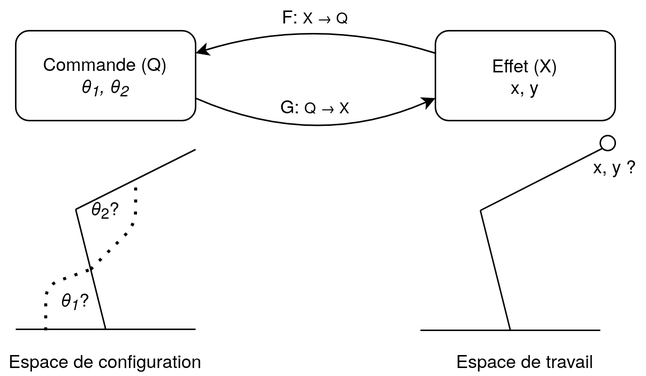
Earlier version of the draw.io export rapport/graphics/Modelisation_Diagram_w_espaces_w_function.png (lukyky414/Goal_Babling). Source tidied: cells renumbered, new cells last; positions are measured from the earlier drawing's top-left corner, leaving out a move shared by most shapes.
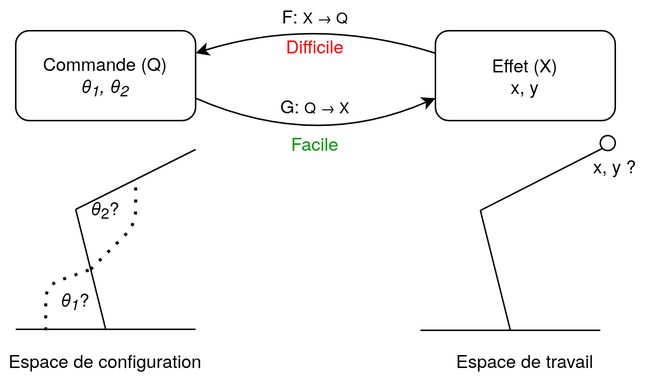
The same file after the commit.

Diff of the diagram source:
```diff
@@ -99,5 +99,11 @@
     <mxCell id="21" style="ellipse;whiteSpace=wrap;html=1;" parent="1" vertex="1">
       <mxGeometry x="400" y="90" width="10" height="10" as="geometry" />
     </mxCell>
+    <mxCell id="22" value="&lt;font color=&quot;#009900&quot;&gt;Facile&lt;/font&gt;" style="text;html=1;strokeColor=none;fillColor=none;align=center;verticalAlign=middle;whiteSpace=wrap;rounded=0;" parent="1" vertex="1">
+      <mxGeometry x="190" y="85" width="40" height="20" as="geometry" />
+    </mxCell>
+    <mxCell id="23" value="&lt;font color=&quot;#FF0000&quot;&gt;Difficile&lt;/font&gt;" style="text;html=1;strokeColor=none;fillColor=none;align=center;verticalAlign=middle;whiteSpace=wrap;rounded=0;" parent="1" vertex="1">
+      <mxGeometry x="190" y="20" width="40" height="20" as="geometry" />
+    </mxCell>
   </root>
 </mxGraphModel>
```
